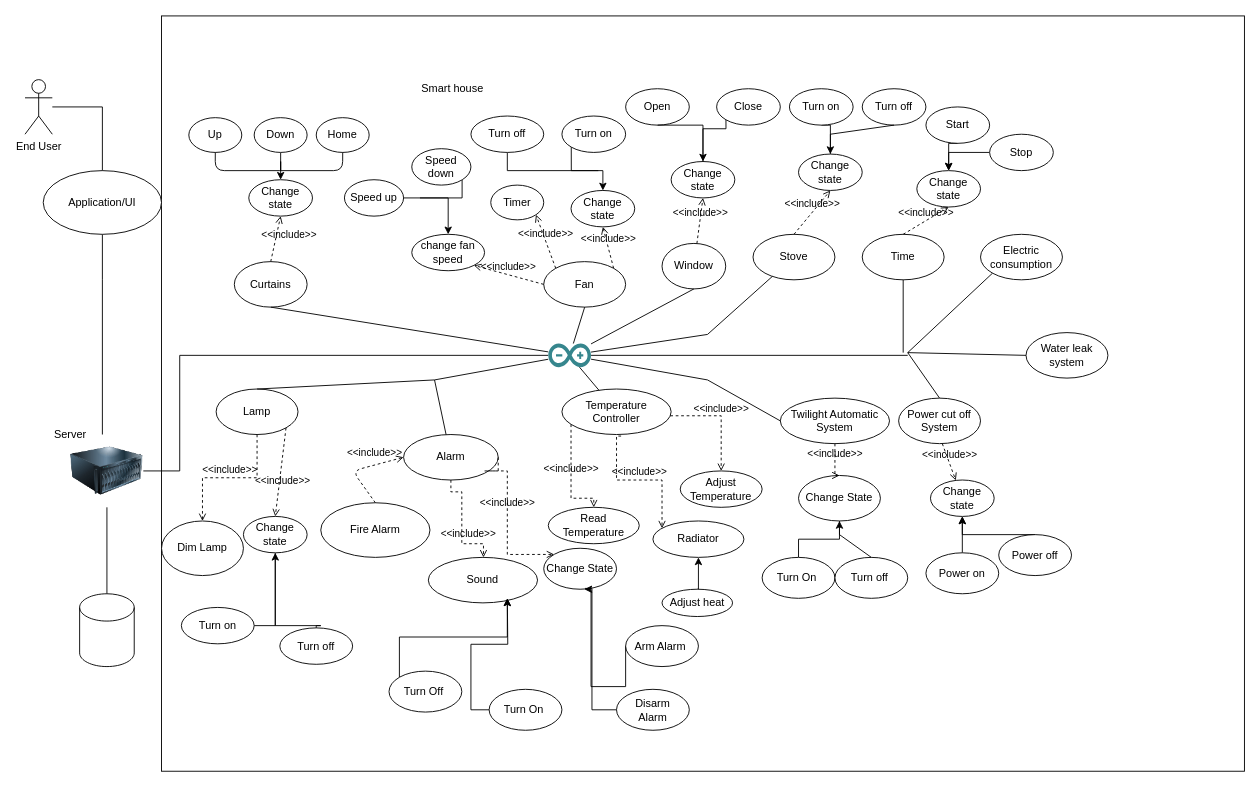
homedork-se2/Artefacts-docs keeps this draw.io diagram as Device_Group/Diagrams/Devices_UseCase.drawio. Above is the earlier version. Source tidied: cells renumbered, new cells numbered last; positions are measured from the earlier drawing's top-left corner, leaving out a move shared by most shapes. Both pictures are drawn from the tidied source at 91%, with x=0, y=0 at pixel (25, 15).
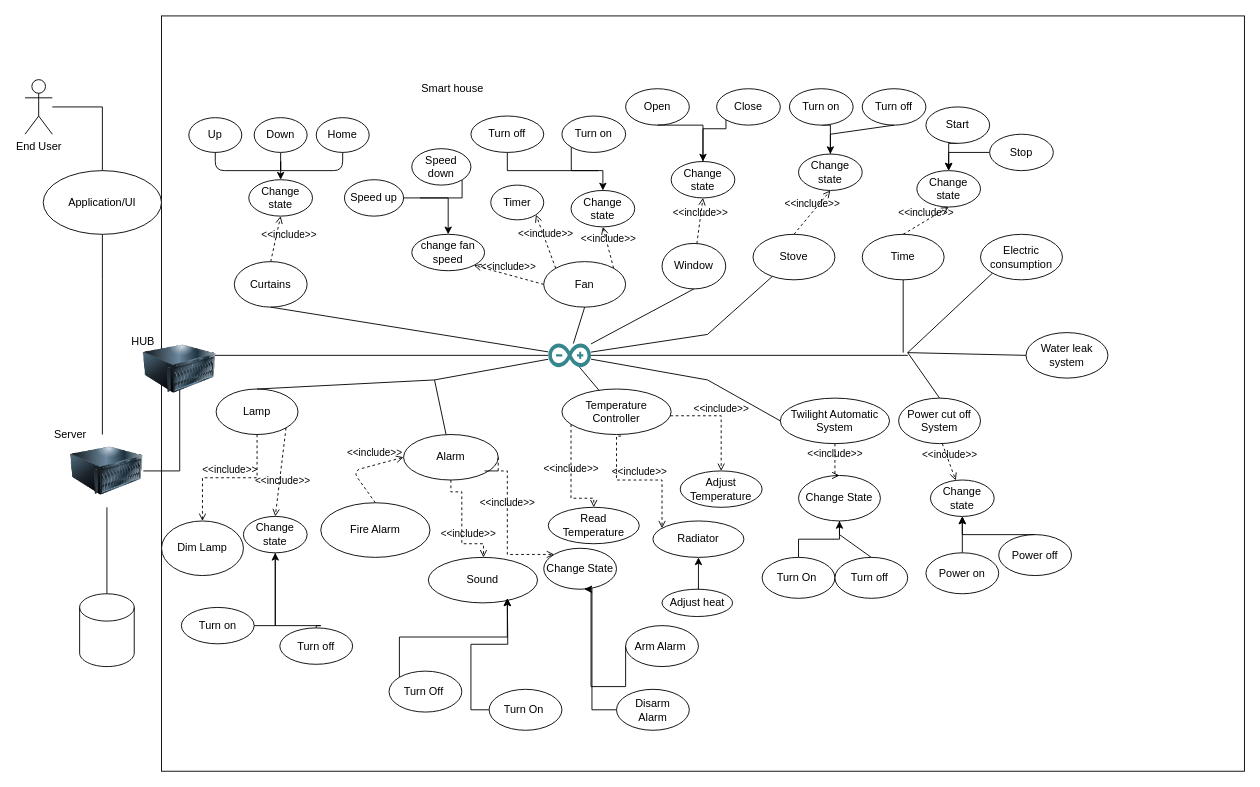
The same page after the edit.

What changed in the source:
```diff
@@
+    <mxCell id="123" style="image;html=1;image=img/lib/clip_art/computers/Server_128x128.png;" parent="1" vertex="1">
+      <mxGeometry x="130" y="348" width="80" height="80" as="geometry" />
+    </mxCell>
+    <mxCell id="124" value="&lt;div&gt;HUB&lt;/div&gt;" style="text;html=1;strokeColor=none;fillColor=none;align=center;verticalAlign=middle;whiteSpace=wrap;rounded=0;" parent="1" vertex="1">
+      <mxGeometry x="110" y="348" width="40" height="20" as="geometry" />
+    </mxCell>
```
